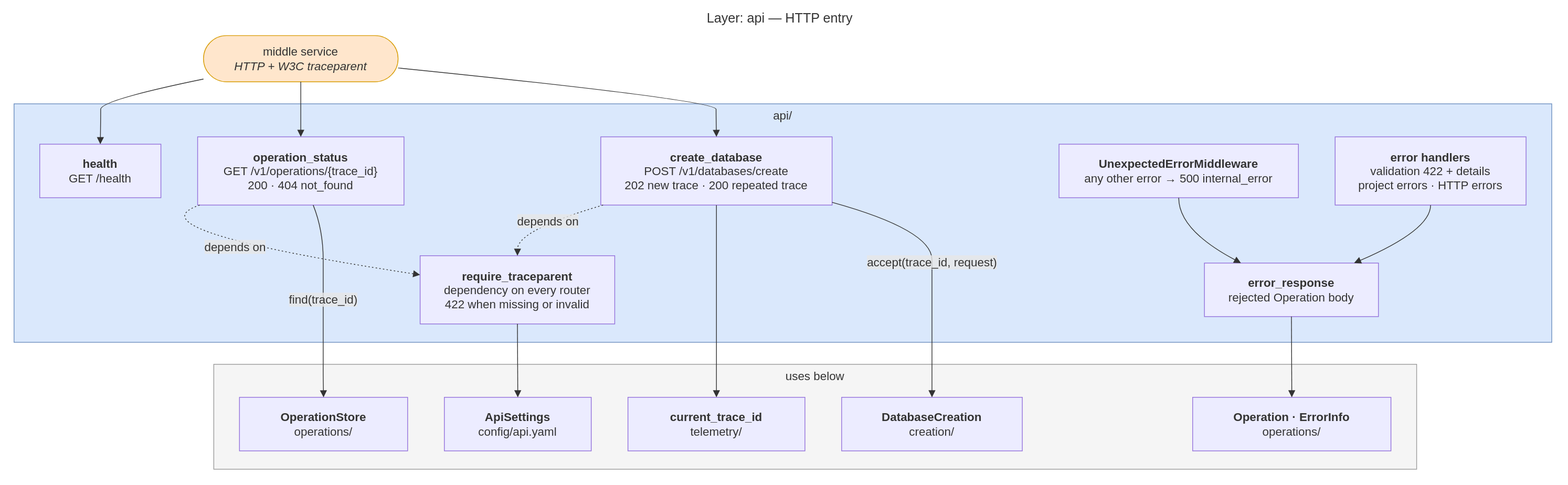
Earlier version of the draw.io export docs/diagrams/03-layer-api.drawio.svg (EliShteinman/redis-enterprise-services). Source tidied: cells renumbered, new cells last; positions are measured from the earlier drawing's top-left corner, leaving out a move shared by most shapes.
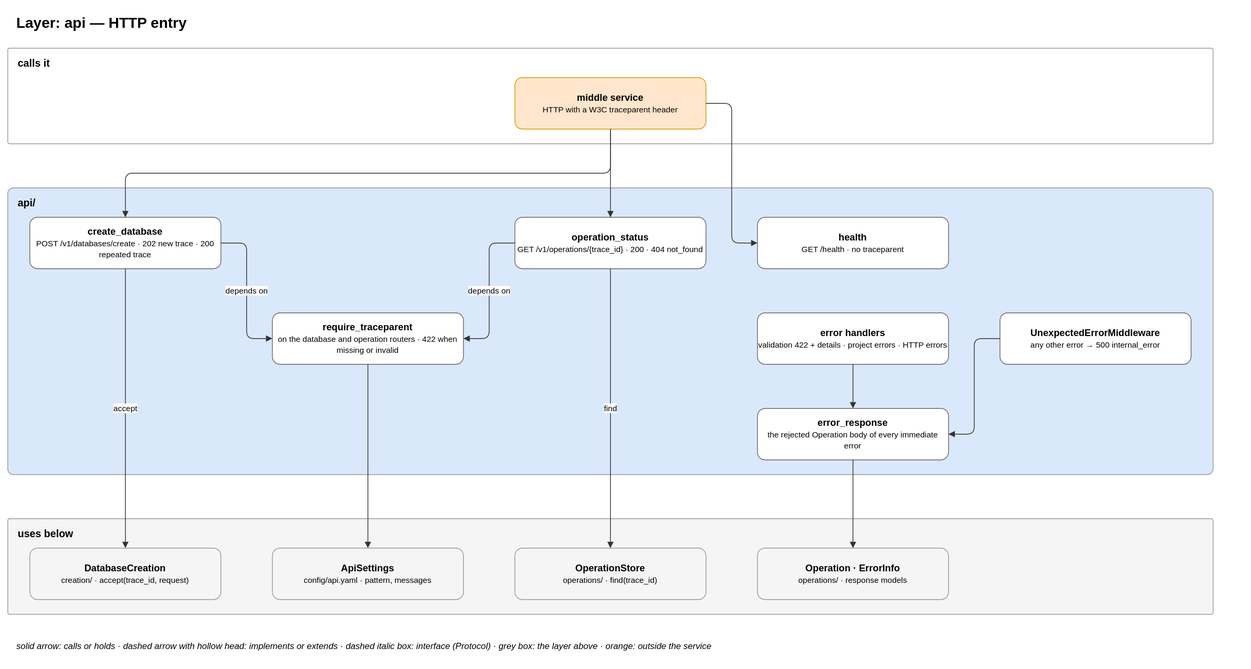
After the change.

What changed in the source:
```diff
@@ -2,131 +2,89 @@
   <root>
     <mxCell id="0" />
     <mxCell id="1" parent="0" />
+    <mxCell id="29" value="&lt;b&gt;Layer: api — HTTP entry&lt;/b&gt;" style="text;html=1;fontSize=20;align=left;verticalAlign=middle;" parent="1" vertex="1">
+      <mxGeometry x="20" y="15" width="1660" height="40" as="geometry" />
+    </mxCell>
+    <mxCell id="30" value="&lt;b&gt;calls it&lt;/b&gt;" style="rounded=1;arcSize=2;fillColor=#ffffff;strokeColor=#999999;verticalAlign=top;align=left;spacingLeft=12;spacingTop=6;html=1;fontSize=14;" parent="1" vertex="1">
+      <mxGeometry x="10" y="70" width="1640" height="130" as="geometry" />
+    </mxCell>
+    <mxCell id="31" value="&lt;b&gt;middle service&lt;/b&gt;&lt;br&gt;&lt;font style='font-size:11px'&gt;HTTP with a W3C traceparent header&lt;/font&gt;" style="rounded=1;whiteSpace=wrap;html=1;fillColor=#ffe6cc;strokeColor=#d79b00;fontSize=13;" parent="1" vertex="1">
+      <mxGeometry x="700" y="110" width="260" height="70" as="geometry" />
+    </mxCell>
-    <mxCell id="2" value="api/" style="html=1;whiteSpace=wrap;strokeWidth=1;verticalAlign=top;fillColor=#dae8fc;strokeColor=#6c8ebf;fontColor=light-dark(#333333,#cccccc);fontFamily=Trebuchet MS,Verdana,Arial,sans-serif;fontSize=16;" parent="1" vertex="1">
-      <mxGeometry x="8" y="131" width="2094" height="325" as="geometry" />
+    <mxCell id="2" value="&lt;b&gt;api/&lt;/b&gt;" style="rounded=1;arcSize=2;fillColor=#dae8fc;strokeColor=#999999;verticalAlign=top;align=left;spacingLeft=12;spacingTop=6;html=1;fontSize=14;" parent="1" vertex="1">
+      <mxGeometry x="10" y="260" width="1640" height="390" as="geometry" />
     </mxCell>
-    <mxCell id="3" value="&lt;b&gt;create_database&lt;/b&gt;&#10;POST /v1/databases/create&#10;202 new trace · 200 repeated trace" style="html=1;whiteSpace=wrap;strokeWidth=1;fillColor=light-dark(#ECECFF,#1f2020);strokeColor=light-dark(#9370DB,#cccccc);fontColor=light-dark(#333333,#cccccc);fontFamily=Trebuchet MS,Verdana,Arial,sans-serif;fontSize=16;" parent="2" vertex="1">
-      <mxGeometry x="799" y="45" width="315" height="93" as="geometry" />
-    </mxCell>
-    <mxCell id="4" value="&lt;b&gt;operation_status&lt;/b&gt;&#10;GET /v1/operations/{trace_id}&#10;200 · 404 not_found" style="html=1;whiteSpace=wrap;strokeWidth=1;fillColor=light-dark(#ECECFF,#1f2020);strokeColor=light-dark(#9370DB,#cccccc);fontColor=light-dark(#333333,#cccccc);fontFamily=Trebuchet MS,Verdana,Arial,sans-serif;fontSize=16;" parent="2" vertex="1">
-      <mxGeometry x="250" y="45" width="281" height="93" as="geometry" />
-    </mxCell>
-    <mxCell id="5" value="&lt;b&gt;health&lt;/b&gt;&#10;GET /health" style="html=1;whiteSpace=wrap;strokeWidth=1;fillColor=light-dark(#ECECFF,#1f2020);strokeColor=light-dark(#9370DB,#cccccc);fontColor=light-dark(#333333,#cccccc);fontFamily=Trebuchet MS,Verdana,Arial,sans-serif;fontSize=16;" parent="2" vertex="1">
-      <mxGeometry x="35" y="55" width="165" height="73" as="geometry" />
-    </mxCell>
-    <mxCell id="6" value="&lt;b&gt;require_traceparent&lt;/b&gt;&#10;dependency on every router&#10;422 when missing or invalid" style="html=1;whiteSpace=wrap;strokeWidth=1;fillColor=light-dark(#ECECFF,#1f2020);strokeColor=light-dark(#9370DB,#cccccc);fontColor=light-dark(#333333,#cccccc);fontFamily=Trebuchet MS,Verdana,Arial,sans-serif;fontSize=16;" parent="2" vertex="1">
-      <mxGeometry x="553" y="207" width="265" height="93" as="geometry" />
-    </mxCell>
-    <mxCell id="7" value="&lt;b&gt;error handlers&lt;/b&gt;&#10;validation 422 + details&#10;project errors · HTTP errors" style="html=1;whiteSpace=wrap;strokeWidth=1;fillColor=light-dark(#ECECFF,#1f2020);strokeColor=light-dark(#9370DB,#cccccc);fontColor=light-dark(#333333,#cccccc);fontFamily=Trebuchet MS,Verdana,Arial,sans-serif;fontSize=16;" parent="2" vertex="1">
-      <mxGeometry x="1799" y="45" width="260" height="93" as="geometry" />
-    </mxCell>
+    <mxCell id="32" value="&lt;b&gt;create_database&lt;/b&gt;&lt;br&gt;&lt;font style='font-size:11px'&gt;POST /v1/databases/create · 202 new trace · 200 repeated trace&lt;/font&gt;" style="rounded=1;whiteSpace=wrap;html=1;fillColor=#ffffff;strokeColor=#666666;fontSize=13;" parent="1" vertex="1">
+      <mxGeometry x="40" y="300" width="260" height="70" as="geometry" />
+    </mxCell>
+    <mxCell id="33" value="&lt;b&gt;operation_status&lt;/b&gt;&lt;br&gt;&lt;font style='font-size:11px'&gt;GET /v1/operations/{trace_id} · 200 · 404 not_found&lt;/font&gt;" style="rounded=1;whiteSpace=wrap;html=1;fillColor=#ffffff;strokeColor=#666666;fontSize=13;" parent="1" vertex="1">
+      <mxGeometry x="700" y="300" width="260" height="70" as="geometry" />
+    </mxCell>
+    <mxCell id="34" value="&lt;b&gt;health&lt;/b&gt;&lt;br&gt;&lt;font style='font-size:11px'&gt;GET /health · no traceparent&lt;/font&gt;" style="rounded=1;whiteSpace=wrap;html=1;fillColor=#ffffff;strokeColor=#666666;fontSize=13;" parent="1" vertex="1">
+      <mxGeometry x="1030" y="300" width="260" height="70" as="geometry" />
+    </mxCell>
+    <mxCell id="35" value="&lt;b&gt;require_traceparent&lt;/b&gt;&lt;br&gt;&lt;font style='font-size:11px'&gt;on the database and operation routers · 422 when missing or invalid&lt;/font&gt;" style="rounded=1;whiteSpace=wrap;html=1;fillColor=#ffffff;strokeColor=#666666;fontSize=13;" parent="1" vertex="1">
+      <mxGeometry x="370" y="430" width="260" height="70" as="geometry" />
+    </mxCell>
+    <mxCell id="36" value="&lt;b&gt;error handlers&lt;/b&gt;&lt;br&gt;&lt;font style='font-size:11px'&gt;validation 422 + details · project errors · HTTP errors&lt;/font&gt;" style="rounded=1;whiteSpace=wrap;html=1;fillColor=#ffffff;strokeColor=#666666;fontSize=13;" parent="1" vertex="1">
+      <mxGeometry x="1030" y="430" width="260" height="70" as="geometry" />
+    </mxCell>
-    <mxCell id="8" value="&lt;b&gt;UnexpectedErrorMiddleware&lt;/b&gt;&#10;any other error → 500 internal_error" style="html=1;whiteSpace=wrap;strokeWidth=1;fillColor=light-dark(#ECECFF,#1f2020);strokeColor=light-dark(#9370DB,#cccccc);fontColor=light-dark(#333333,#cccccc);fontFamily=Trebuchet MS,Verdana,Arial,sans-serif;fontSize=16;" parent="2" vertex="1">
-      <mxGeometry x="1423" y="55" width="326" height="73" as="geometry" />
+    <mxCell id="8" value="&lt;b&gt;UnexpectedErrorMiddleware&lt;/b&gt;&lt;br&gt;&lt;font style='font-size:11px'&gt;any other error → 500 internal_error&lt;/font&gt;" style="rounded=1;whiteSpace=wrap;html=1;fillColor=#ffffff;strokeColor=#666666;fontSize=13;" parent="1" vertex="1">
+      <mxGeometry x="1360" y="430" width="260" height="70" as="geometry" />
     </mxCell>
-    <mxCell id="9" value="&lt;b&gt;error_response&lt;/b&gt;&#10;rejected Operation body" style="html=1;whiteSpace=wrap;strokeWidth=1;fillColor=light-dark(#ECECFF,#1f2020);strokeColor=light-dark(#9370DB,#cccccc);fontColor=light-dark(#333333,#cccccc);fontFamily=Trebuchet MS,Verdana,Arial,sans-serif;fontSize=16;" parent="2" vertex="1">
-      <mxGeometry x="1621" y="217" width="237" height="73" as="geometry" />
-    </mxCell>
-    <mxCell id="10" value="depends on" style="curved=1;dashed=1;dashPattern=2 3;fixDash=1;startArrow=none;endArrow=block;endSize=7;strokeColor=light-dark(#333333,#cccccc);html=1;fontSize=16;labelBackgroundColor=light-dark(#E8E8E88D,#2a2a2a8D);fontFamily=Trebuchet MS,Verdana,Arial,sans-serif;fontColor=light-dark(#333333,#cccccc);exitX=0.01;exitY=1;entryX=0.5;entryY=0;" parent="2" edge="1" source="3" target="6">
-      <mxGeometry relative="1" as="geometry">
-        <Array as="points">
-          <mxPoint x="686" y="172" />
-        </Array>
-      </mxGeometry>
-    </mxCell>
-    <mxCell id="11" value="depends on" style="curved=1;dashed=1;dashPattern=2 3;fixDash=1;startArrow=none;endArrow=block;endSize=7;strokeColor=light-dark(#333333,#cccccc);html=1;fontSize=16;labelBackgroundColor=light-dark(#E8E8E88D,#2a2a2a8D);fontFamily=Trebuchet MS,Verdana,Arial,sans-serif;fontColor=light-dark(#333333,#cccccc);exitX=0.01;exitY=1;entryX=0;entryY=0.28;" parent="2" edge="1" source="4" target="6">
-      <mxGeometry relative="1" as="geometry">
-        <Array as="points">
-          <mxPoint x="153" y="172" />
-        </Array>
-      </mxGeometry>
-    </mxCell>
-    <mxCell id="12" style="curved=1;startArrow=none;endArrow=block;endSize=7;strokeColor=light-dark(#333333,#cccccc);exitX=0.5;exitY=1;entryX=0.86;entryY=0;" parent="2" edge="1" source="7" target="9">
-      <mxGeometry relative="1" as="geometry">
-        <Array as="points">
-          <mxPoint x="1929" y="172" />
-        </Array>
-      </mxGeometry>
-    </mxCell>
-    <mxCell id="13" style="curved=1;startArrow=none;endArrow=block;endSize=7;strokeColor=light-dark(#333333,#cccccc);exitX=0.5;exitY=1;entryX=0.21;entryY=0;" parent="2" edge="1" source="8" target="9">
-      <mxGeometry relative="1" as="geometry">
-        <Array as="points">
-          <mxPoint x="1586" y="172" />
-        </Array>
-      </mxGeometry>
-    </mxCell>
+    <mxCell id="37" value="&lt;b&gt;error_response&lt;/b&gt;&lt;br&gt;&lt;font style='font-size:11px'&gt;the rejected Operation body of every immediate error&lt;/font&gt;" style="rounded=1;whiteSpace=wrap;html=1;fillColor=#ffffff;strokeColor=#666666;fontSize=13;" parent="1" vertex="1">
+      <mxGeometry x="1030" y="560" width="260" height="70" as="geometry" />
+    </mxCell>
-    <mxCell id="14" value="uses below" style="html=1;whiteSpace=wrap;strokeWidth=1;verticalAlign=top;fillColor=#f5f5f5;strokeColor=#999;fontColor=light-dark(#333333,#cccccc);fontFamily=Trebuchet MS,Verdana,Arial,sans-serif;fontSize=16;" parent="1" vertex="1">
-      <mxGeometry x="280" y="486" width="1638" height="143" as="geometry" />
+    <mxCell id="14" value="&lt;b&gt;uses below&lt;/b&gt;" style="rounded=1;arcSize=2;fillColor=#f5f5f5;strokeColor=#999999;verticalAlign=top;align=left;spacingLeft=12;spacingTop=6;html=1;fontSize=14;" parent="1" vertex="1">
+      <mxGeometry x="10" y="710" width="1640" height="130" as="geometry" />
     </mxCell>
-    <mxCell id="15" value="&lt;b&gt;DatabaseCreation&lt;/b&gt;&#10;creation/" style="html=1;whiteSpace=wrap;strokeWidth=1;fillColor=light-dark(#ECECFF,#1f2020);strokeColor=light-dark(#9370DB,#cccccc);fontColor=light-dark(#333333,#cccccc);fontFamily=Trebuchet MS,Verdana,Arial,sans-serif;fontSize=16;" parent="14" vertex="1">
-      <mxGeometry x="855" y="45" width="246" height="73" as="geometry" />
-    </mxCell>
-    <mxCell id="16" value="&lt;b&gt;OperationStore&lt;/b&gt;&#10;operations/" style="html=1;whiteSpace=wrap;strokeWidth=1;fillColor=light-dark(#ECECFF,#1f2020);strokeColor=light-dark(#9370DB,#cccccc);fontColor=light-dark(#333333,#cccccc);fontFamily=Trebuchet MS,Verdana,Arial,sans-serif;fontSize=16;" parent="14" vertex="1">
-      <mxGeometry x="35" y="45" width="229" height="73" as="geometry" />
-    </mxCell>
-    <mxCell id="17" value="&lt;b&gt;Operation · ErrorInfo&lt;/b&gt;&#10;operations/" style="html=1;whiteSpace=wrap;strokeWidth=1;fillColor=light-dark(#ECECFF,#1f2020);strokeColor=light-dark(#9370DB,#cccccc);fontColor=light-dark(#333333,#cccccc);fontFamily=Trebuchet MS,Verdana,Arial,sans-serif;fontSize=16;" parent="14" vertex="1">
-      <mxGeometry x="1333" y="45" width="270" height="73" as="geometry" />
-    </mxCell>
-    <mxCell id="18" value="&lt;b&gt;current_trace_id&lt;/b&gt;&#10;telemetry/" style="html=1;whiteSpace=wrap;strokeWidth=1;fillColor=light-dark(#ECECFF,#1f2020);strokeColor=light-dark(#9370DB,#cccccc);fontColor=light-dark(#333333,#cccccc);fontFamily=Trebuchet MS,Verdana,Arial,sans-serif;fontSize=16;" parent="14" vertex="1">
-      <mxGeometry x="564" y="45" width="241" height="73" as="geometry" />
-    </mxCell>
-    <mxCell id="19" value="&lt;b&gt;ApiSettings&lt;/b&gt;&#10;config/api.yaml" style="html=1;whiteSpace=wrap;strokeWidth=1;fillColor=light-dark(#ECECFF,#1f2020);strokeColor=light-dark(#9370DB,#cccccc);fontColor=light-dark(#333333,#cccccc);fontFamily=Trebuchet MS,Verdana,Arial,sans-serif;fontSize=16;" parent="14" vertex="1">
-      <mxGeometry x="314" y="45" width="200" height="73" as="geometry" />
-    </mxCell>
-    <mxCell id="20" value="middle service&#10;&lt;i&gt;HTTP + W3C traceparent&lt;/i&gt;" style="html=1;rounded=1;whiteSpace=wrap;arcSize=50;strokeWidth=1;fillColor=#ffe6cc;strokeColor=#d79b00;fontColor=light-dark(#333333,#cccccc);fontFamily=Trebuchet MS,Verdana,Arial,sans-serif;fontSize=16;" parent="1" vertex="1">
-      <mxGeometry x="266" y="38" width="265" height="63" as="geometry" />
-    </mxCell>
-    <mxCell id="21" style="curved=1;startArrow=none;endArrow=block;endSize=7;strokeColor=light-dark(#333333,#cccccc);exitX=1;exitY=0.7;entryX=0.5;entryY=0;" parent="1" edge="1" source="20" target="3">
-      <mxGeometry relative="1" as="geometry">
-        <Array as="points">
-          <mxPoint x="964" y="126" />
-          <mxPoint x="964" y="151" />
-        </Array>
-      </mxGeometry>
-    </mxCell>
-    <mxCell id="22" style="curved=1;startArrow=none;endArrow=block;endSize=7;strokeColor=light-dark(#333333,#cccccc);exitX=0.5;exitY=1;entryX=0.5;entryY=0;" parent="1" edge="1" source="20" target="4">
-      <mxGeometry relative="1" as="geometry" />
-    </mxCell>
-    <mxCell id="23" style="curved=1;startArrow=none;endArrow=block;endSize=7;strokeColor=light-dark(#333333,#cccccc);exitX=0;exitY=0.94;entryX=0.5;entryY=0;" parent="1" edge="1" source="20" target="5">
-      <mxGeometry relative="1" as="geometry">
-        <Array as="points">
-          <mxPoint x="126" y="126" />
-          <mxPoint x="126" y="151" />
-        </Array>
-      </mxGeometry>
-    </mxCell>
-    <mxCell id="24" value="accept(trace_id, request)" style="curved=1;startArrow=none;endArrow=block;endSize=7;strokeColor=light-dark(#333333,#cccccc);html=1;fontSize=16;labelBackgroundColor=light-dark(#E8E8E88D,#2a2a2a8D);fontFamily=Trebuchet MS,Verdana,Arial,sans-serif;fontColor=light-dark(#333333,#cccccc);exitX=1;exitY=0.96;entryX=0.5;entryY=0;" parent="1" edge="1" source="3" target="15">
-      <mxGeometry relative="1" as="geometry">
-        <Array as="points">
-          <mxPoint x="1258" y="303" />
-          <mxPoint x="1258" y="384" />
-          <mxPoint x="1258" y="456" />
-          <mxPoint x="1258" y="481" />
-          <mxPoint x="1258" y="506" />
-        </Array>
-      </mxGeometry>
-    </mxCell>
-    <mxCell id="25" value="find(trace_id)" style="curved=1;startArrow=none;endArrow=block;endSize=7;strokeColor=light-dark(#333333,#cccccc);html=1;fontSize=16;labelBackgroundColor=light-dark(#E8E8E88D,#2a2a2a8D);fontFamily=Trebuchet MS,Verdana,Arial,sans-serif;fontColor=light-dark(#333333,#cccccc);exitX=0.56;exitY=1;entryX=0.5;entryY=0;" parent="1" edge="1" source="4" target="16">
-      <mxGeometry relative="1" as="geometry">
-        <Array as="points">
-          <mxPoint x="429" y="303" />
-          <mxPoint x="429" y="384" />
-          <mxPoint x="429" y="456" />
-          <mxPoint x="429" y="481" />
-          <mxPoint x="429" y="506" />
-        </Array>
-      </mxGeometry>
-    </mxCell>
-    <mxCell id="26" style="curved=1;startArrow=none;endArrow=block;endSize=7;strokeColor=light-dark(#333333,#cccccc);exitX=0.5;exitY=1;entryX=0.5;entryY=0;" parent="1" edge="1" source="9" target="17">
-      <mxGeometry relative="1" as="geometry" />
-    </mxCell>
-    <mxCell id="27" style="curved=1;startArrow=none;endArrow=block;endSize=7;strokeColor=light-dark(#333333,#cccccc);exitX=0.5;exitY=1;entryX=0.5;entryY=0;" parent="1" edge="1" source="3" target="18">
-      <mxGeometry relative="1" as="geometry" />
-    </mxCell>
-    <mxCell id="28" style="curved=1;startArrow=none;endArrow=block;endSize=7;strokeColor=light-dark(#333333,#cccccc);exitX=0.5;exitY=1;entryX=0.5;entryY=0;" parent="1" edge="1" source="6" target="19">
-      <mxGeometry relative="1" as="geometry" />
-    </mxCell>
-    <mxCell id="29" value="Layer: api — HTTP entry" style="text;strokeColor=none;fillColor=none;align=center;verticalAlign=middle;fontSize=18;fontColor=light-dark(#333333,#cccccc);fontFamily=trebuchet ms,verdana,arial,sans-serif;" parent="1" vertex="1">
-      <mxGeometry width="2102" height="25" as="geometry" />
-    </mxCell>
+    <mxCell id="38" value="&lt;b&gt;DatabaseCreation&lt;/b&gt;&lt;br&gt;&lt;font style='font-size:11px'&gt;creation/ · accept(trace_id, request)&lt;/font&gt;" style="rounded=1;whiteSpace=wrap;html=1;fillColor=#f5f5f5;strokeColor=#999999;fontSize=13;" parent="1" vertex="1">
+      <mxGeometry x="40" y="750" width="260" height="70" as="geometry" />
+    </mxCell>
+    <mxCell id="39" value="&lt;b&gt;ApiSettings&lt;/b&gt;&lt;br&gt;&lt;font style='font-size:11px'&gt;config/api.yaml · pattern, messages&lt;/font&gt;" style="rounded=1;whiteSpace=wrap;html=1;fillColor=#f5f5f5;strokeColor=#999999;fontSize=13;" parent="1" vertex="1">
+      <mxGeometry x="370" y="750" width="260" height="70" as="geometry" />
+    </mxCell>
+    <mxCell id="40" value="&lt;b&gt;OperationStore&lt;/b&gt;&lt;br&gt;&lt;font style='font-size:11px'&gt;operations/ · find(trace_id)&lt;/font&gt;" style="rounded=1;whiteSpace=wrap;html=1;fillColor=#f5f5f5;strokeColor=#999999;fontSize=13;" parent="1" vertex="1">
+      <mxGeometry x="700" y="750" width="260" height="70" as="geometry" />
+    </mxCell>
+    <mxCell id="41" value="&lt;b&gt;Operation · ErrorInfo&lt;/b&gt;&lt;br&gt;&lt;font style='font-size:11px'&gt;operations/ · response models&lt;/font&gt;" style="rounded=1;whiteSpace=wrap;html=1;fillColor=#f5f5f5;strokeColor=#999999;fontSize=13;" parent="1" vertex="1">
+      <mxGeometry x="1030" y="750" width="260" height="70" as="geometry" />
+    </mxCell>
+    <mxCell id="42" style="edgeStyle=orthogonalEdgeStyle;rounded=1;html=1;fontSize=11;labelBackgroundColor=#ffffff;exitX=0.5;exitY=1;entryX=0.5;entryY=0;endArrow=block;strokeColor=#333333;" parent="1" edge="1" source="31" target="32">
+      <mxGeometry relative="1" as="geometry" />
+    </mxCell>
+    <mxCell id="43" style="edgeStyle=orthogonalEdgeStyle;rounded=1;html=1;fontSize=11;labelBackgroundColor=#ffffff;exitX=0.5;exitY=1;entryX=0.5;entryY=0;endArrow=block;strokeColor=#333333;" parent="1" edge="1" source="31" target="33">
+      <mxGeometry relative="1" as="geometry" />
+    </mxCell>
+    <mxCell id="44" style="edgeStyle=orthogonalEdgeStyle;rounded=1;html=1;fontSize=11;labelBackgroundColor=#ffffff;exitX=1;exitY=0.5;entryX=0;entryY=0.5;endArrow=block;strokeColor=#333333;" parent="1" edge="1" source="31" target="34">
+      <mxGeometry relative="1" as="geometry" />
+    </mxCell>
+    <mxCell id="45" value="depends on" style="edgeStyle=orthogonalEdgeStyle;rounded=1;html=1;fontSize=11;labelBackgroundColor=#ffffff;exitX=1;exitY=0.5;entryX=0;entryY=0.5;endArrow=block;strokeColor=#333333;" parent="1" edge="1" source="32" target="35">
+      <mxGeometry relative="1" as="geometry" />
+    </mxCell>
+    <mxCell id="46" value="depends on" style="edgeStyle=orthogonalEdgeStyle;rounded=1;html=1;fontSize=11;labelBackgroundColor=#ffffff;exitX=0;exitY=0.5;entryX=1;entryY=0.5;endArrow=block;strokeColor=#333333;" parent="1" edge="1" source="33" target="35">
+      <mxGeometry relative="1" as="geometry" />
+    </mxCell>
+    <mxCell id="47" value="accept" style="edgeStyle=orthogonalEdgeStyle;rounded=1;html=1;fontSize=11;labelBackgroundColor=#ffffff;exitX=0.5;exitY=1;entryX=0.5;entryY=0;endArrow=block;strokeColor=#333333;" parent="1" edge="1" source="32" target="38">
+      <mxGeometry relative="1" as="geometry" />
+    </mxCell>
+    <mxCell id="48" value="find" style="edgeStyle=orthogonalEdgeStyle;rounded=1;html=1;fontSize=11;labelBackgroundColor=#ffffff;exitX=0.5;exitY=1;entryX=0.5;entryY=0;endArrow=block;strokeColor=#333333;" parent="1" edge="1" source="33" target="40">
+      <mxGeometry relative="1" as="geometry" />
+    </mxCell>
+    <mxCell id="49" style="edgeStyle=orthogonalEdgeStyle;rounded=1;html=1;fontSize=11;labelBackgroundColor=#ffffff;exitX=0.5;exitY=1;entryX=0.5;entryY=0;endArrow=block;strokeColor=#333333;" parent="1" edge="1" source="35" target="39">
+      <mxGeometry relative="1" as="geometry" />
+    </mxCell>
+    <mxCell id="50" style="edgeStyle=orthogonalEdgeStyle;rounded=1;html=1;fontSize=11;labelBackgroundColor=#ffffff;exitX=0.5;exitY=1;entryX=0.5;entryY=0;endArrow=block;strokeColor=#333333;" parent="1" edge="1" source="36" target="37">
+      <mxGeometry relative="1" as="geometry" />
+    </mxCell>
+    <mxCell id="51" style="edgeStyle=orthogonalEdgeStyle;rounded=1;html=1;fontSize=11;labelBackgroundColor=#ffffff;exitX=0;exitY=0.5;entryX=1;entryY=0.5;endArrow=block;strokeColor=#333333;" parent="1" edge="1" source="8" target="37">
+      <mxGeometry relative="1" as="geometry" />
+    </mxCell>
+    <mxCell id="52" style="edgeStyle=orthogonalEdgeStyle;rounded=1;html=1;fontSize=11;labelBackgroundColor=#ffffff;exitX=0.5;exitY=1;entryX=0.5;entryY=0;endArrow=block;strokeColor=#333333;" parent="1" edge="1" source="37" target="41">
+      <mxGeometry relative="1" as="geometry" />
+    </mxCell>
+    <mxCell id="53" value="&lt;i&gt;solid arrow: calls or holds · dashed arrow with hollow head: implements or extends · dashed italic box: interface (Protocol) · grey box: the layer above · orange: outside the service&lt;/i&gt;" style="text;html=1;fontSize=12;align=left;" parent="1" vertex="1">
+      <mxGeometry x="20" y="870" width="1660" height="24" as="geometry" />
+    </mxCell>
   </root>
 </mxGraphModel>
```
